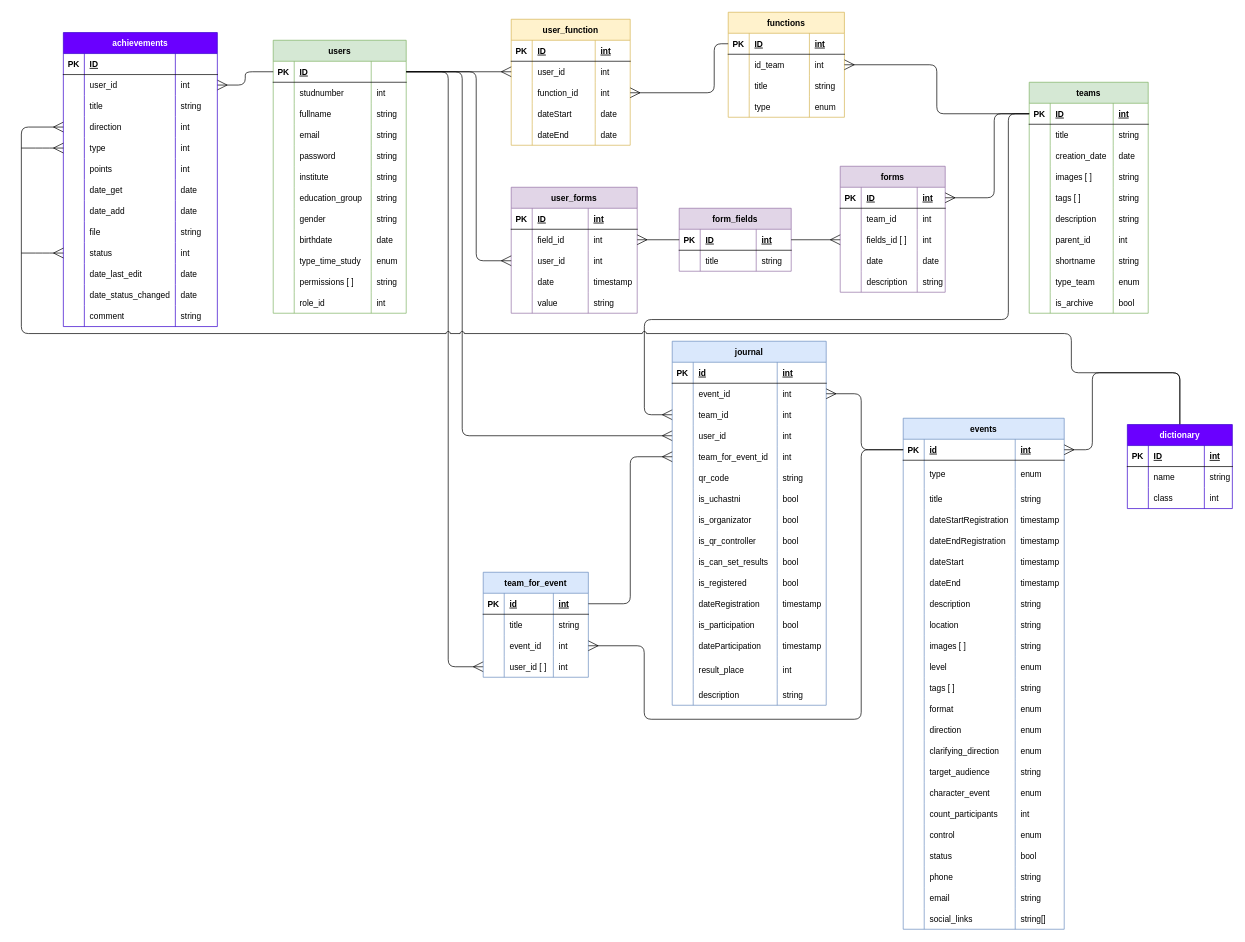
Above: page "Физическая" (2 of 3) of Схема БД.drawio in KomogortsevaYulia/Raiting-Teams-Events (draw.io), before the change. Source tidied: cells renumbered, new cells numbered last; positions are measured from the earlier drawing's top-left corner, leaving out a move shared by most shapes. Both pictures are drawn from the tidied source at 70%, with x=0, y=0 at pixel (21, 12).
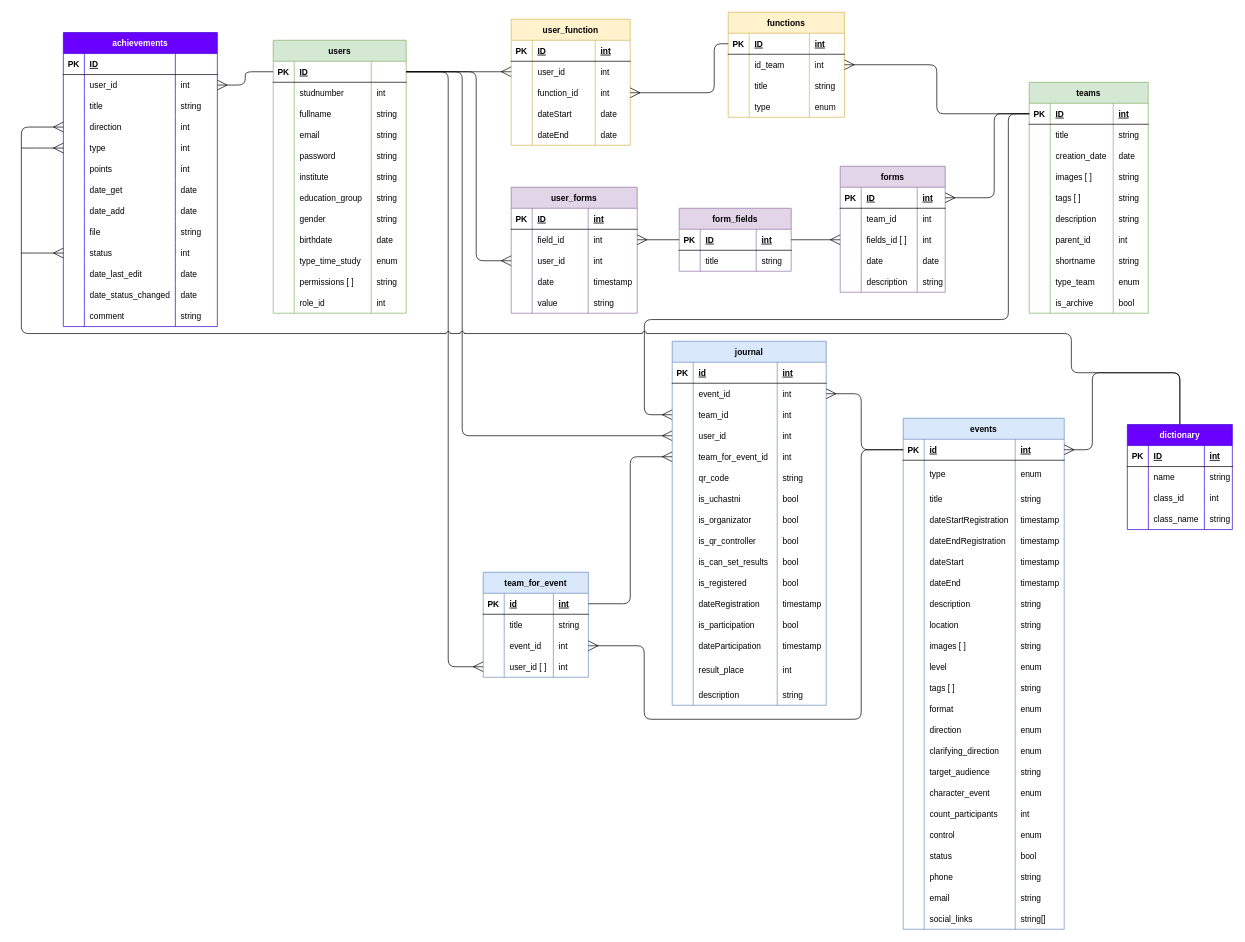
Above is the later version.

Unchanged cells that the change refers to:
```xml
<mxCell id="436" style="shape=tableRow;horizontal=0;startSize=0;swimlaneHead=0;swimlaneBody=0;fillColor=none;top=0;left=0;right=0;bottom=0;" parent="427" vertex="1">
  <mxGeometry y="90" width="150" height="30" as="geometry" />
</mxCell>
```

The edit, as a diff of the source:
```diff
@@
     <mxCell id="427" value="dictionary" style="shape=table;startSize=30;childLayout=tableLayout;rowLines=0;fontStyle=1;align=center;fillColor=#6a00ff;strokeColor=#3700CC;fontColor=#ffffff;" parent="1" vertex="1">
-      <mxGeometry x="1580" y="589" width="150" height="120" as="geometry" />
+      <mxGeometry x="1580" y="589" width="150" height="150" as="geometry" />
     </mxCell>
@@
-    <mxCell id="438" value="class" style="shape=partialRectangle;fillColor=none;top=0;left=0;bottom=0;right=0;align=left;spacingLeft=6;overflow=hidden;" parent="436" vertex="1">
+    <mxCell id="438" value="class_id" style="shape=partialRectangle;fillColor=none;top=0;left=0;bottom=0;right=0;align=left;spacingLeft=6;overflow=hidden;" parent="436" vertex="1">
       <mxGeometry x="30" width="80" height="30" as="geometry" />
     </mxCell>
@@
+    <mxCell id="440" style="shape=tableRow;horizontal=0;startSize=0;swimlaneHead=0;swimlaneBody=0;fillColor=none;top=0;left=0;right=0;bottom=0;" parent="427" vertex="1">
+      <mxGeometry y="120" width="150" height="30" as="geometry" />
+    </mxCell>
+    <mxCell id="441" style="shape=partialRectangle;fillColor=none;top=0;left=0;bottom=0;right=0;overflow=hidden;" parent="440" vertex="1">
+      <mxGeometry width="30" height="30" as="geometry" />
+    </mxCell>
+    <mxCell id="442" value="class_name" style="shape=partialRectangle;fillColor=none;top=0;left=0;bottom=0;right=0;align=left;spacingLeft=6;overflow=hidden;" parent="440" vertex="1">
+      <mxGeometry x="30" width="80" height="30" as="geometry" />
+    </mxCell>
+    <mxCell id="443" value="string" style="shape=partialRectangle;fillColor=none;top=0;left=0;bottom=0;right=0;align=left;spacingLeft=6;overflow=hidden;" parent="440" vertex="1">
+      <mxGeometry x="110" width="40" height="30" as="geometry" />
+    </mxCell>
```
